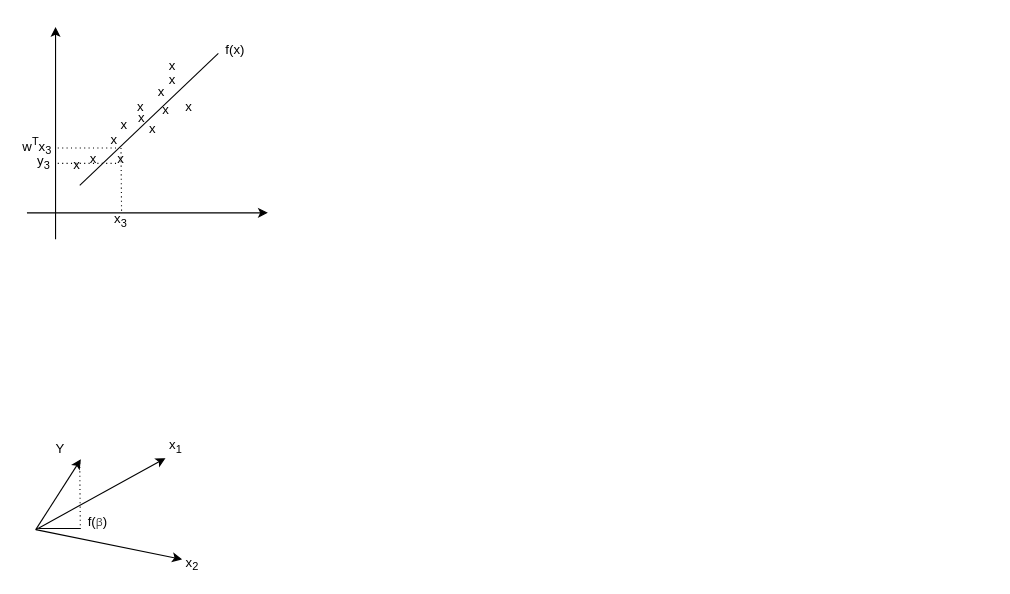
The draw.io diagram statistics/Linear_Regression/LR.drawio in soloistben/images, before the edit. Source tidied: cells renumbered, new cells numbered last; positions are measured from the earlier drawing's top-left corner, leaving out a move shared by most shapes. Both pictures are drawn from the tidied source at 110%, with x=0, y=0 at pixel (26, 26).
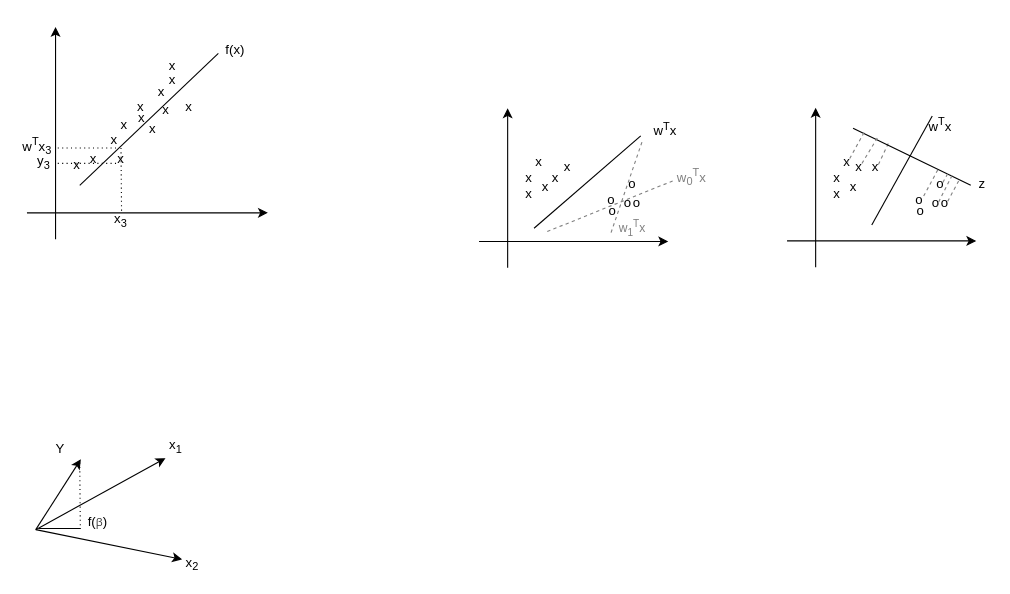
After the change.

The edit, as a diff of the source:
```diff
@@
+    <mxCell id="34" style="endArrow=classic;html=1;" parent="1" edge="1">
+      <mxGeometry relative="1" as="geometry">
+        <mxPoint x="437" y="219" as="sourcePoint" />
+        <mxPoint x="437" y="74" as="targetPoint" />
+      </mxGeometry>
+    </mxCell>
+    <mxCell id="35" style="endArrow=classic;html=1;" parent="1" edge="1">
+      <mxGeometry relative="1" as="geometry">
+        <mxPoint x="411" y="195" as="sourcePoint" />
+        <mxPoint x="583" y="195" as="targetPoint" />
+      </mxGeometry>
+    </mxCell>
+    <mxCell id="36" value="x" style="text;html=1;strokeColor=none;fillColor=none;align=center;verticalAlign=middle;whiteSpace=wrap;rounded=0;" parent="1" vertex="1">
+      <mxGeometry x="473" y="127" width="15" height="20" as="geometry" />
+    </mxCell>
+    <mxCell id="37" value="x" style="text;html=1;strokeColor=none;fillColor=none;align=center;verticalAlign=middle;whiteSpace=wrap;rounded=0;" parent="1" vertex="1">
+      <mxGeometry x="449" y="142" width="15" height="20" as="geometry" />
+    </mxCell>
+    <mxCell id="38" value="x" style="text;html=1;strokeColor=none;fillColor=none;align=center;verticalAlign=middle;whiteSpace=wrap;rounded=0;" parent="1" vertex="1">
+      <mxGeometry x="464" y="136" width="15" height="20" as="geometry" />
+    </mxCell>
+    <mxCell id="39" value="x" style="text;html=1;strokeColor=none;fillColor=none;align=center;verticalAlign=middle;whiteSpace=wrap;rounded=0;" parent="1" vertex="1">
+      <mxGeometry x="449" y="127" width="15" height="20" as="geometry" />
+    </mxCell>
+    <mxCell id="40" value="x" style="text;html=1;strokeColor=none;fillColor=none;align=center;verticalAlign=middle;whiteSpace=wrap;rounded=0;" parent="1" vertex="1">
+      <mxGeometry x="458" y="113" width="15" height="20" as="geometry" />
+    </mxCell>
+    <mxCell id="41" value="o" style="text;html=1;strokeColor=none;fillColor=none;align=center;verticalAlign=middle;whiteSpace=wrap;rounded=0;" parent="1" vertex="1">
+      <mxGeometry x="524" y="147" width="15" height="20" as="geometry" />
+    </mxCell>
+    <mxCell id="42" value="o" style="text;html=1;strokeColor=none;fillColor=none;align=center;verticalAlign=middle;whiteSpace=wrap;rounded=0;" parent="1" vertex="1">
+      <mxGeometry x="525" y="157" width="15" height="20" as="geometry" />
+    </mxCell>
+    <mxCell id="43" value="x" style="text;html=1;strokeColor=none;fillColor=none;align=center;verticalAlign=middle;whiteSpace=wrap;rounded=0;" parent="1" vertex="1">
+      <mxGeometry x="484" y="117" width="15" height="20" as="geometry" />
+    </mxCell>
+    <mxCell id="44" value="o" style="text;html=1;strokeColor=none;fillColor=none;align=center;verticalAlign=middle;whiteSpace=wrap;rounded=0;" parent="1" vertex="1">
+      <mxGeometry x="547" y="150" width="15" height="20" as="geometry" />
+    </mxCell>
+    <mxCell id="45" value="o" style="text;html=1;strokeColor=none;fillColor=none;align=center;verticalAlign=middle;whiteSpace=wrap;rounded=0;" parent="1" vertex="1">
+      <mxGeometry x="543" y="133" width="15" height="20" as="geometry" />
+    </mxCell>
+    <mxCell id="46" value="o" style="text;html=1;strokeColor=none;fillColor=none;align=center;verticalAlign=middle;whiteSpace=wrap;rounded=0;" parent="1" vertex="1">
+      <mxGeometry x="539" y="150" width="15" height="20" as="geometry" />
+    </mxCell>
+    <mxCell id="47" style="endArrow=none;html=1;endFill=0;" parent="1" edge="1">
+      <mxGeometry relative="1" as="geometry">
+        <mxPoint x="461" y="183" as="sourcePoint" />
+        <mxPoint x="558" y="99" as="targetPoint" />
+      </mxGeometry>
+    </mxCell>
+    <mxCell id="48" value="w&lt;sup&gt;T&lt;/sup&gt;x" style="text;html=1;strokeColor=none;fillColor=none;align=center;verticalAlign=middle;whiteSpace=wrap;rounded=0;" parent="1" vertex="1">
+      <mxGeometry x="573" y="83" width="15" height="20" as="geometry" />
+    </mxCell>
+    <mxCell id="49" style="endArrow=none;html=1;endFill=0;dashed=1;strokeColor=#808080;" parent="1" edge="1">
+      <mxGeometry relative="1" as="geometry">
+        <mxPoint x="531" y="187" as="sourcePoint" />
+        <mxPoint x="560" y="102" as="targetPoint" />
+      </mxGeometry>
+    </mxCell>
+    <mxCell id="50" style="endArrow=none;html=1;endFill=0;dashed=1;strokeColor=#808080;" parent="1" edge="1">
+      <mxGeometry relative="1" as="geometry">
+        <mxPoint x="473" y="186" as="sourcePoint" />
+        <mxPoint x="587" y="140" as="targetPoint" />
+      </mxGeometry>
+    </mxCell>
+    <mxCell id="51" value="&lt;font color=&quot;#808080&quot;&gt;w&lt;sub&gt;0&lt;/sub&gt;&lt;sup&gt;T&lt;/sup&gt;x&lt;/font&gt;" style="text;html=1;strokeColor=none;fillColor=none;align=center;verticalAlign=middle;whiteSpace=wrap;rounded=0;" parent="1" vertex="1">
+      <mxGeometry x="597" y="127" width="15" height="20" as="geometry" />
+    </mxCell>
+    <mxCell id="52" value="&lt;font style=&quot;font-size: 11px&quot; color=&quot;#808080&quot;&gt;w&lt;sub&gt;1&lt;/sub&gt;&lt;sup&gt;T&lt;/sup&gt;x&lt;/font&gt;" style="text;html=1;strokeColor=none;fillColor=none;align=center;verticalAlign=middle;whiteSpace=wrap;rounded=0;" parent="1" vertex="1">
+      <mxGeometry x="543" y="173" width="15" height="20" as="geometry" />
+    </mxCell>
+    <mxCell id="53" style="endArrow=classic;html=1;" parent="1" edge="1">
+      <mxGeometry relative="1" as="geometry">
+        <mxPoint x="717" y="218.5" as="sourcePoint" />
+        <mxPoint x="717" y="73.5" as="targetPoint" />
+      </mxGeometry>
+    </mxCell>
+    <mxCell id="54" style="endArrow=classic;html=1;" parent="1" edge="1">
+      <mxGeometry relative="1" as="geometry">
+        <mxPoint x="691" y="194.5" as="sourcePoint" />
+        <mxPoint x="863" y="194.5" as="targetPoint" />
+      </mxGeometry>
+    </mxCell>
+    <mxCell id="55" value="x" style="text;html=1;strokeColor=none;fillColor=none;align=center;verticalAlign=middle;whiteSpace=wrap;rounded=0;" parent="1" vertex="1">
+      <mxGeometry x="749" y="117" width="15" height="20" as="geometry" />
+    </mxCell>
+    <mxCell id="56" value="x" style="text;html=1;strokeColor=none;fillColor=none;align=center;verticalAlign=middle;whiteSpace=wrap;rounded=0;" parent="1" vertex="1">
+      <mxGeometry x="729" y="141.5" width="15" height="20" as="geometry" />
+    </mxCell>
+    <mxCell id="57" value="x" style="text;html=1;strokeColor=none;fillColor=none;align=center;verticalAlign=middle;whiteSpace=wrap;rounded=0;" parent="1" vertex="1">
+      <mxGeometry x="744" y="135.5" width="15" height="20" as="geometry" />
+    </mxCell>
+    <mxCell id="58" value="x" style="text;html=1;strokeColor=none;fillColor=none;align=center;verticalAlign=middle;whiteSpace=wrap;rounded=0;" parent="1" vertex="1">
+      <mxGeometry x="729" y="126.5" width="15" height="20" as="geometry" />
+    </mxCell>
+    <mxCell id="59" value="x" style="text;html=1;strokeColor=none;fillColor=none;align=center;verticalAlign=middle;whiteSpace=wrap;rounded=0;" parent="1" vertex="1">
+      <mxGeometry x="738" y="112.5" width="15" height="20" as="geometry" />
+    </mxCell>
+    <mxCell id="60" value="o" style="text;html=1;strokeColor=none;fillColor=none;align=center;verticalAlign=middle;whiteSpace=wrap;rounded=0;" parent="1" vertex="1">
+      <mxGeometry x="804" y="146.5" width="15" height="20" as="geometry" />
+    </mxCell>
+    <mxCell id="61" value="o" style="text;html=1;strokeColor=none;fillColor=none;align=center;verticalAlign=middle;whiteSpace=wrap;rounded=0;" parent="1" vertex="1">
+      <mxGeometry x="805" y="156.5" width="15" height="20" as="geometry" />
+    </mxCell>
+    <mxCell id="62" style="rounded=0;orthogonalLoop=1;jettySize=auto;html=1;dashed=1;strokeColor=#808080;endArrow=none;endFill=0;" parent="1" edge="1">
+      <mxGeometry relative="1" as="geometry">
+        <mxPoint x="783" y="106" as="sourcePoint" />
+        <mxPoint x="774" y="125.2" as="targetPoint" />
+      </mxGeometry>
+    </mxCell>
+    <mxCell id="63" value="x" style="text;html=1;strokeColor=none;fillColor=none;align=center;verticalAlign=middle;whiteSpace=wrap;rounded=0;" parent="1" vertex="1">
+      <mxGeometry x="764" y="116.5" width="15" height="20" as="geometry" />
+    </mxCell>
+    <mxCell id="64" value="o" style="text;html=1;strokeColor=none;fillColor=none;align=center;verticalAlign=middle;whiteSpace=wrap;rounded=0;" parent="1" vertex="1">
+      <mxGeometry x="827" y="149.5" width="15" height="20" as="geometry" />
+    </mxCell>
+    <mxCell id="65" value="o" style="text;html=1;strokeColor=none;fillColor=none;align=center;verticalAlign=middle;whiteSpace=wrap;rounded=0;" parent="1" vertex="1">
+      <mxGeometry x="823" y="132.5" width="15" height="20" as="geometry" />
+    </mxCell>
+    <mxCell id="66" value="o" style="text;html=1;strokeColor=none;fillColor=none;align=center;verticalAlign=middle;whiteSpace=wrap;rounded=0;" parent="1" vertex="1">
+      <mxGeometry x="819" y="149.5" width="15" height="20" as="geometry" />
+    </mxCell>
+    <mxCell id="67" style="endArrow=none;html=1;endFill=0;" parent="1" edge="1">
+      <mxGeometry relative="1" as="geometry">
+        <mxPoint x="751" y="92" as="sourcePoint" />
+        <mxPoint x="858" y="144" as="targetPoint" />
+      </mxGeometry>
+    </mxCell>
+    <mxCell id="68" style="rounded=0;orthogonalLoop=1;jettySize=auto;html=1;dashed=1;strokeColor=#808080;endArrow=none;endFill=0;" parent="1" edge="1">
+      <mxGeometry relative="1" as="geometry">
+        <mxPoint x="761" y="96" as="sourcePoint" />
+        <mxPoint x="746" y="123.2" as="targetPoint" />
+      </mxGeometry>
+    </mxCell>
+    <mxCell id="69" style="rounded=0;orthogonalLoop=1;jettySize=auto;html=1;dashed=1;strokeColor=#808080;endArrow=none;endFill=0;" parent="1" edge="1">
+      <mxGeometry relative="1" as="geometry">
+        <mxPoint x="773" y="101" as="sourcePoint" />
+        <mxPoint x="759" y="124.2" as="targetPoint" />
+      </mxGeometry>
+    </mxCell>
+    <mxCell id="70" style="rounded=0;orthogonalLoop=1;jettySize=auto;html=1;dashed=1;strokeColor=#808080;endArrow=none;endFill=0;exitX=1;exitY=0;exitDx=0;exitDy=0;" parent="1" edge="1">
+      <mxGeometry relative="1" as="geometry">
+        <mxPoint x="837" y="133.5" as="sourcePoint" />
+        <mxPoint x="832" y="142.5" as="targetPoint" />
+      </mxGeometry>
+    </mxCell>
+    <mxCell id="71" style="rounded=0;orthogonalLoop=1;jettySize=auto;html=1;dashed=1;strokeColor=#808080;endArrow=none;endFill=0;" parent="1" edge="1">
+      <mxGeometry relative="1" as="geometry">
+        <mxPoint x="828" y="130" as="sourcePoint" />
+        <mxPoint x="814" y="156" as="targetPoint" />
+      </mxGeometry>
+    </mxCell>
+    <mxCell id="72" style="rounded=0;orthogonalLoop=1;jettySize=auto;html=1;dashed=1;strokeColor=#808080;endArrow=none;endFill=0;" parent="1" edge="1">
+      <mxGeometry relative="1" as="geometry">
+        <mxPoint x="841" y="135" as="sourcePoint" />
+        <mxPoint x="827" y="162.7" as="targetPoint" />
+      </mxGeometry>
+    </mxCell>
+    <mxCell id="73" style="rounded=0;jettySize=auto;html=1;dashed=1;strokeColor=#808080;endArrow=none;endFill=0;entryX=1.156;entryY=0.517;entryDx=0;entryDy=0;entryPerimeter=0;" parent="1" edge="1" target="66">
+      <mxGeometry relative="1" as="geometry">
+        <mxPoint x="847" y="140" as="sourcePoint" />
+      </mxGeometry>
+    </mxCell>
+    <mxCell id="74" style="endArrow=none;html=1;endFill=0;" parent="1" edge="1">
+      <mxGeometry relative="1" as="geometry">
+        <mxPoint x="768" y="180" as="sourcePoint" />
+        <mxPoint x="823" y="81" as="targetPoint" />
+      </mxGeometry>
+    </mxCell>
+    <mxCell id="75" value="w&lt;sup&gt;T&lt;/sup&gt;x" style="text;html=1;strokeColor=none;fillColor=none;align=center;verticalAlign=middle;whiteSpace=wrap;rounded=0;" parent="1" vertex="1">
+      <mxGeometry x="823" y="79" width="15" height="20" as="geometry" />
+    </mxCell>
+    <mxCell id="76" value="z" style="text;html=1;strokeColor=none;fillColor=none;align=center;verticalAlign=middle;whiteSpace=wrap;rounded=0;" parent="1" vertex="1">
+      <mxGeometry x="861" y="132.5" width="15" height="20" as="geometry" />
+    </mxCell>
```
